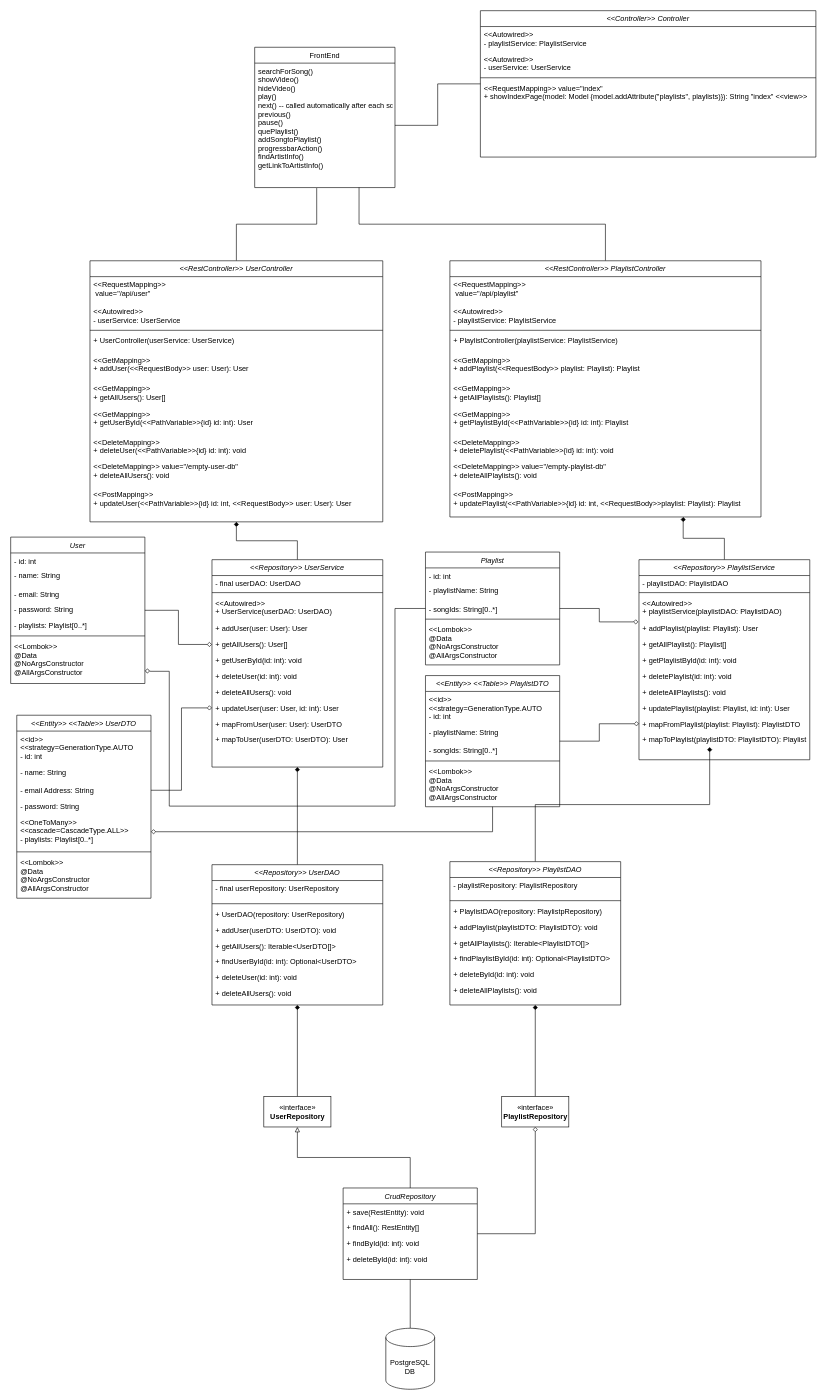
Above: Ljudio.drawio in Jesper1990/SpotifyCopy (draw.io), before the change. Source tidied: cells renumbered, new cells numbered last; positions are measured from the earlier drawing's top-left corner, leaving out a move shared by most shapes. Both pictures are drawn from the tidied source at 61%, with x=0, y=0 at pixel (10, 10).
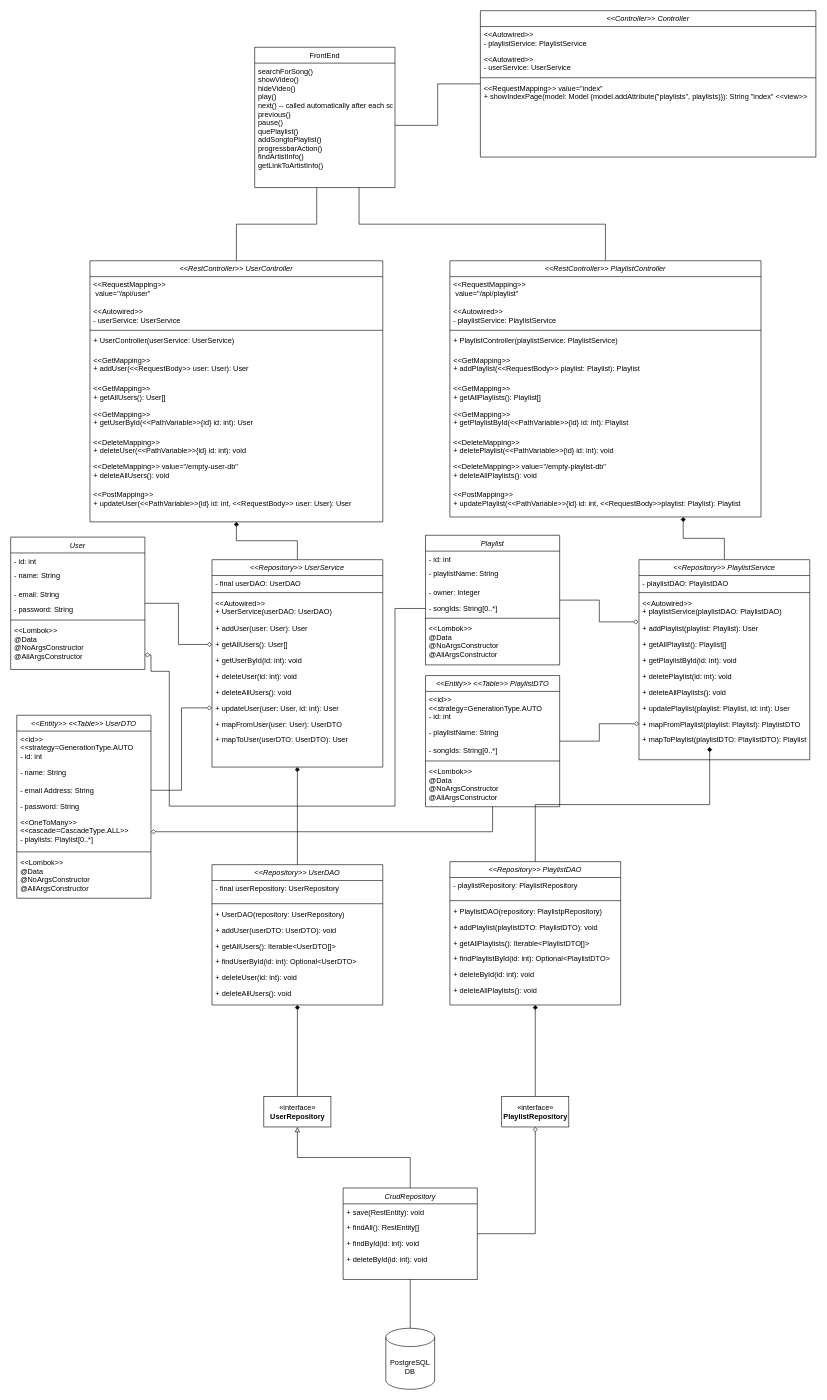
Above is the later version.

The edit, as a diff of the source:
```diff
@@
     <mxCell id="56" value="User" style="swimlane;fontStyle=2;align=center;verticalAlign=top;horizontal=1;startSize=26;rounded=0;shadow=0;strokeWidth=1;" parent="1" vertex="1">
-      <mxGeometry y="863" width="220" height="240" as="geometry" />
+      <mxGeometry y="863" width="220" height="217" as="geometry" />
     </mxCell>
@@
-    <mxCell id="61" value="- playlists: Playlist[0..*]" style="text;align=left;verticalAlign=top;spacingLeft=4;spacingRight=4;overflow=hidden;" parent="56" vertex="1">
-      <mxGeometry y="132" width="220" height="26" as="geometry" />
-    </mxCell>
     <mxCell id="62" style="line;html=1;strokeWidth=1;align=left;verticalAlign=middle;spacingTop=-1;spacingLeft=3;spacingRight=3;labelPosition=right;" parent="56" vertex="1">
-      <mxGeometry y="158" width="220" height="8" as="geometry" />
+      <mxGeometry y="132" width="220" height="8" as="geometry" />
     </mxCell>
     <mxCell id="63" value="&lt;&lt;Lombok&gt;&gt; &#10;@Data&#10;@NoArgsConstructor&#10;@AllArgsConstructor &#10;&#10;" style="text;align=left;verticalAlign=top;spacingLeft=4;spacingRight=4;overflow=hidden;points=[[0,0.5],[1,0.5]];portConstraint=eastwest;" parent="56" vertex="1">
-      <mxGeometry y="166" width="220" height="62" as="geometry" />
+      <mxGeometry y="140" width="220" height="62" as="geometry" />
     </mxCell>
@@
     <mxCell id="114" value="Playlist" style="swimlane;fontStyle=2;align=center;verticalAlign=top;horizontal=1;startSize=26;rounded=0;shadow=0;strokeWidth=1;" parent="1" vertex="1">
-      <mxGeometry x="680" y="887.5" width="220" height="185" as="geometry" />
+      <mxGeometry x="680" y="860" width="220" height="212.5" as="geometry" />
     </mxCell>
@@
-    <mxCell id="117" value="- songIds: String[0..*]" style="text;align=left;verticalAlign=top;spacingLeft=4;spacingRight=4;overflow=hidden;rounded=0;shadow=0;html=0;" parent="114" vertex="1">
+    <mxCell id="117" value="- owner: Integer" style="text;align=left;verticalAlign=top;spacingLeft=4;spacingRight=4;overflow=hidden;rounded=0;shadow=0;html=0;" parent="114" vertex="1">
       <mxGeometry y="80" width="220" height="26" as="geometry" />
     </mxCell>
+    <mxCell id="127" value="- songIds: String[0..*]" style="text;align=left;verticalAlign=top;spacingLeft=4;spacingRight=4;overflow=hidden;rounded=0;shadow=0;html=0;" parent="114" vertex="1">
+      <mxGeometry y="106" width="220" height="26" as="geometry" />
+    </mxCell>
     <mxCell id="118" style="line;html=1;strokeWidth=1;align=left;verticalAlign=middle;spacingTop=-1;spacingLeft=3;spacingRight=3;labelPosition=right;" parent="114" vertex="1">
-      <mxGeometry y="106" width="220" height="8" as="geometry" />
+      <mxGeometry y="132" width="220" height="8" as="geometry" />
     </mxCell>
     <mxCell id="119" value="&lt;&lt;Lombok&gt;&gt; &#10;@Data&#10;@NoArgsConstructor&#10;@AllArgsConstructor &#10;&#10;" style="text;align=left;verticalAlign=top;spacingLeft=4;spacingRight=4;overflow=hidden;" parent="114" vertex="1">
-      <mxGeometry y="114" width="220" height="62" as="geometry" />
+      <mxGeometry y="140" width="220" height="62" as="geometry" />
     </mxCell>
```
